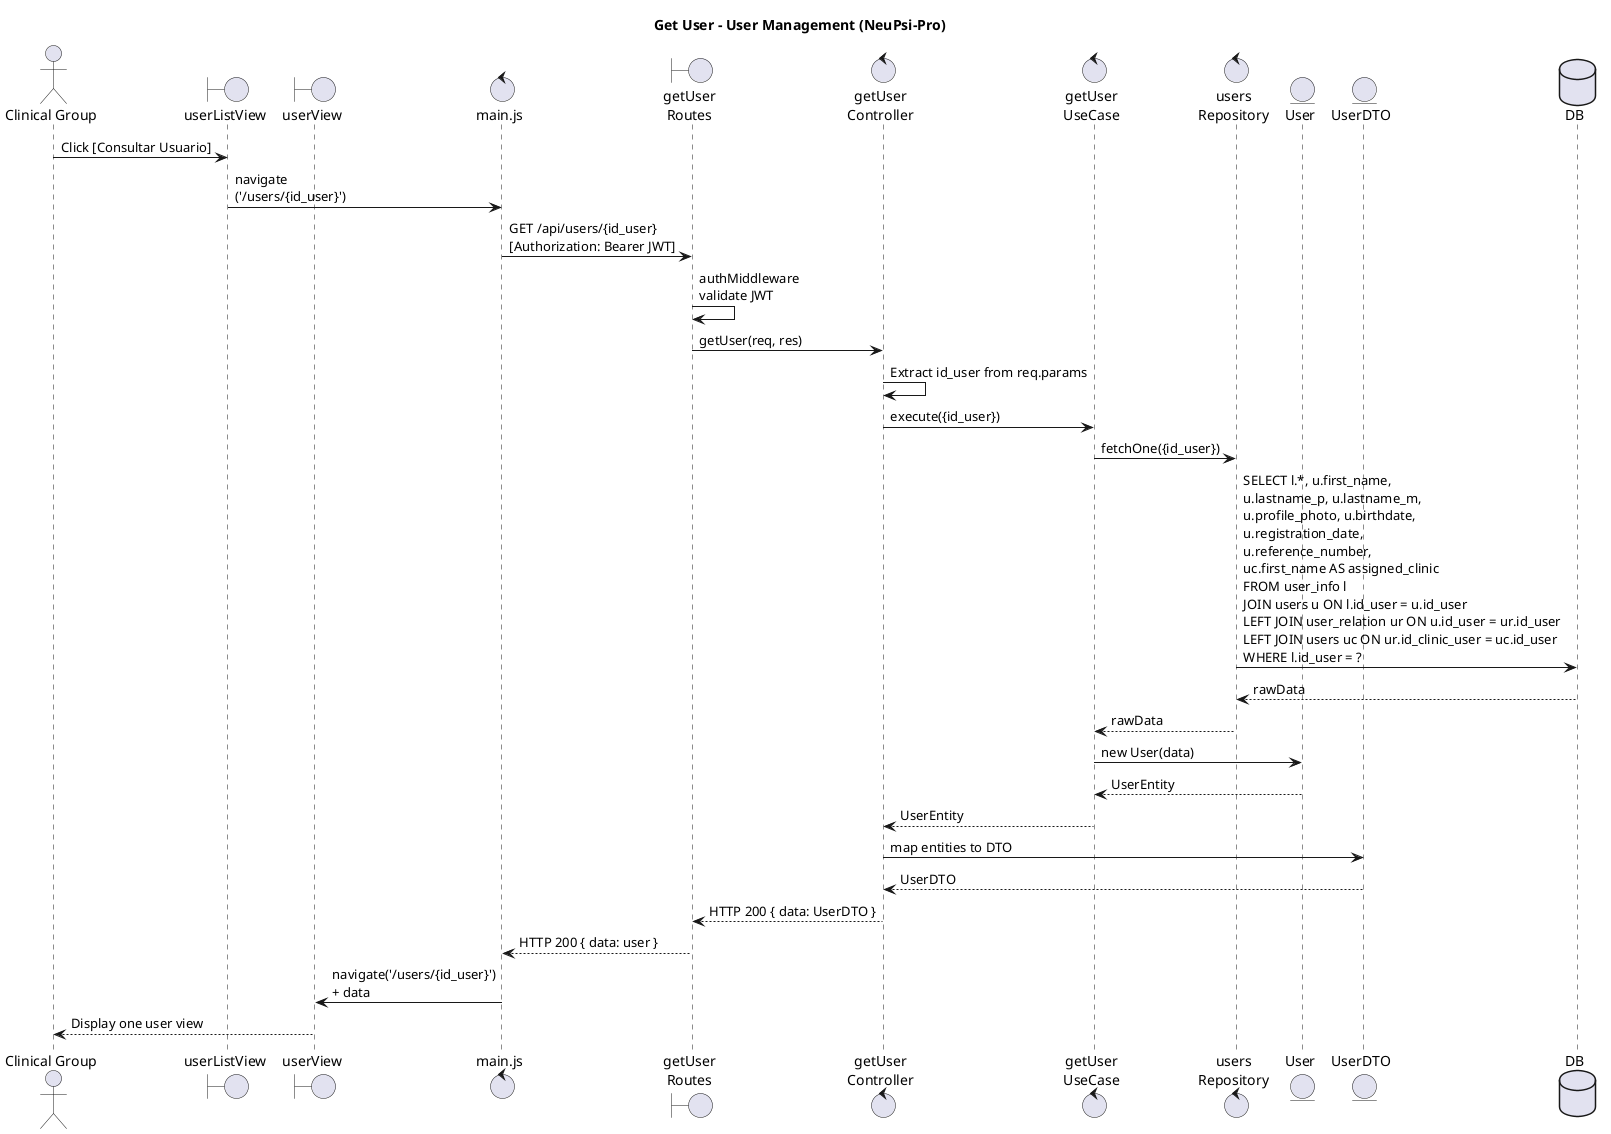
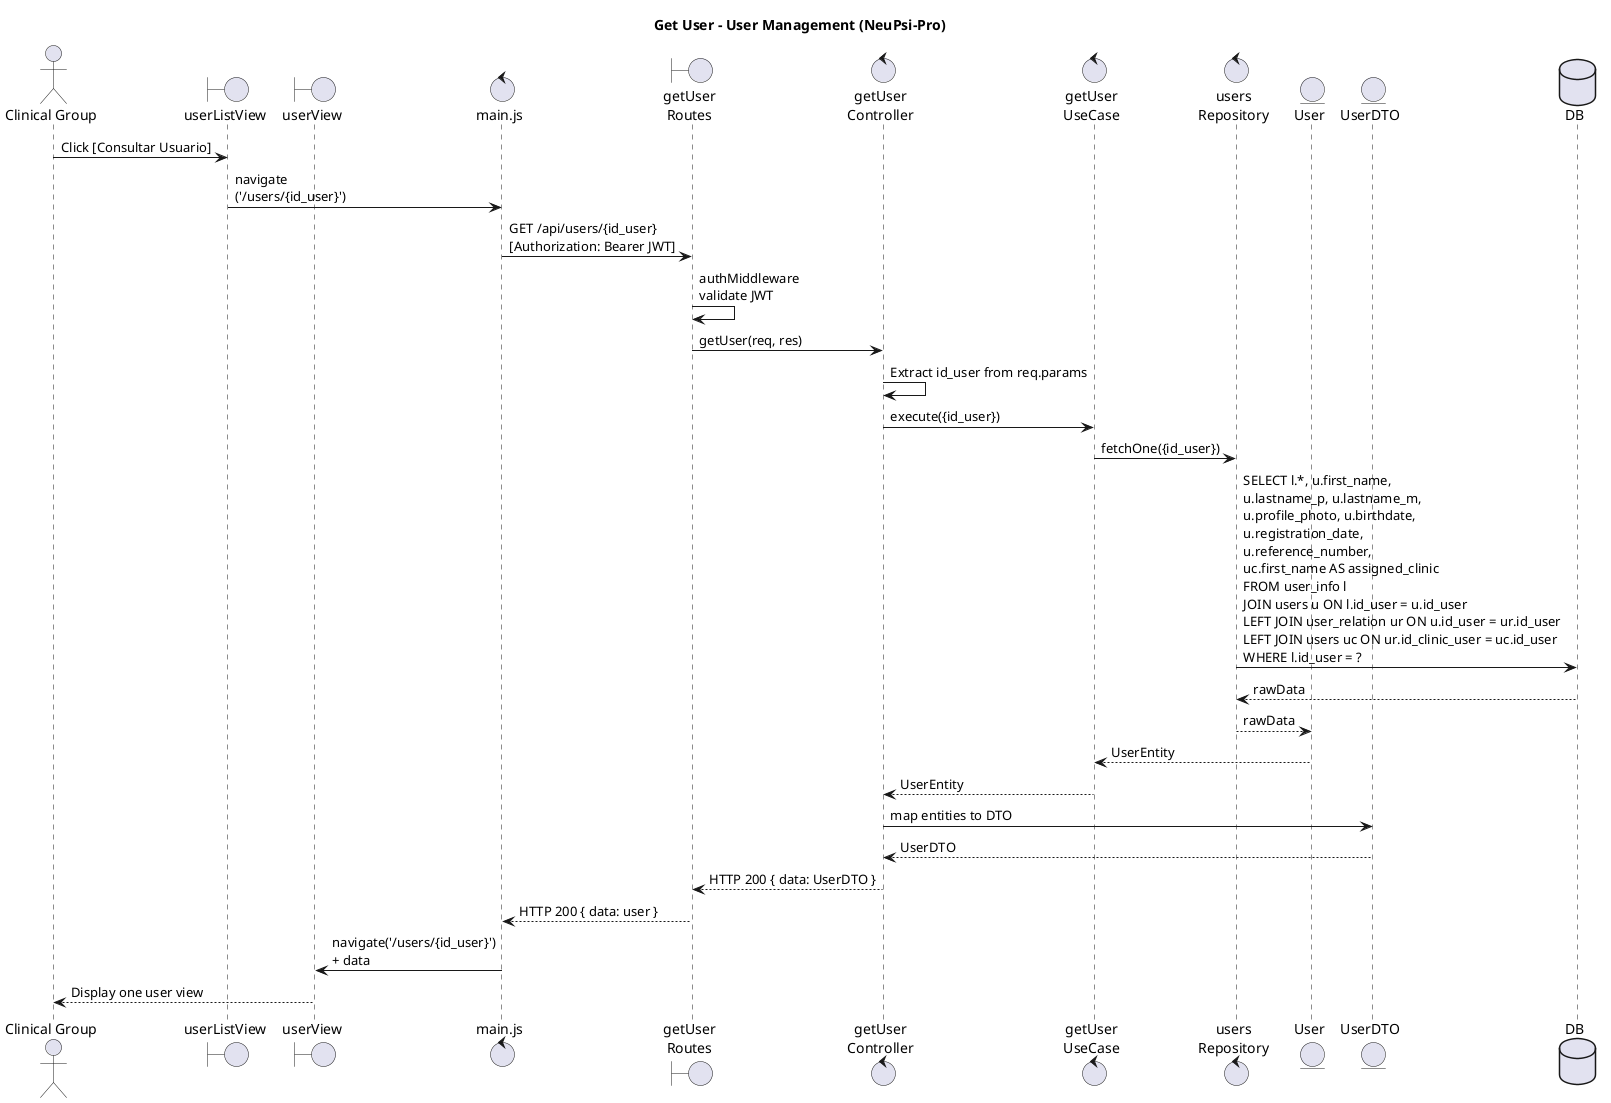
@startuml GU05 Get-User

title Get User - User Management (NeuPsi-Pro)

actor "Clinical Group" as CG

boundary "userListView" as VUsers
boundary "userView" as VOne
control "main.js" as MAIN
boundary "getUser\nRoutes" as ROUTE
control "getUser\nController" as CTRL
control "getUser\nUseCase" as UC
control "users\nRepository" as REPO
entity "User" as ENT
entity "UserDTO" as DTO
database DB

CG -> VUsers : Click [Consultar Usuario]
VUsers -> MAIN : navigate\n('/users/{id_user}')

MAIN -> ROUTE : GET /api/users/{id_user}\n[Authorization: Bearer JWT]

ROUTE -> ROUTE : authMiddleware\nvalidate JWT
ROUTE -> CTRL : getUser(req, res)

CTRL -> CTRL : Extract id_user from req.params

CTRL -> UC : execute({id_user})

UC -> REPO : fetchOne({id_user})

REPO -> DB : SELECT l.*, u.first_name,\nu.lastname_p, u.lastname_m,\nu.profile_photo, u.birthdate,\nu.registration_date,\nu.reference_number,\nuc.first_name AS assigned_clinic\nFROM user_info l\nJOIN users u ON l.id_user = u.id_user\nLEFT JOIN user_relation ur ON u.id_user = ur.id_user\nLEFT JOIN users uc ON ur.id_clinic_user = uc.id_user\nWHERE l.id_user = ?

DB --> REPO : rawData

- REPO --> UC : rawData
+ REPO --> ENT : rawData

- UC -> ENT : new User(data)
ENT --> UC : UserEntity

UC --> CTRL : UserEntity

CTRL -> DTO : map entities to DTO
DTO --> CTRL : UserDTO

CTRL --> ROUTE : HTTP 200 { data: UserDTO }

ROUTE --> MAIN : HTTP 200 { data: user }

MAIN -> VOne : navigate('/users/{id_user}')\n+ data

VOne --> CG : Display one user view

@enduml